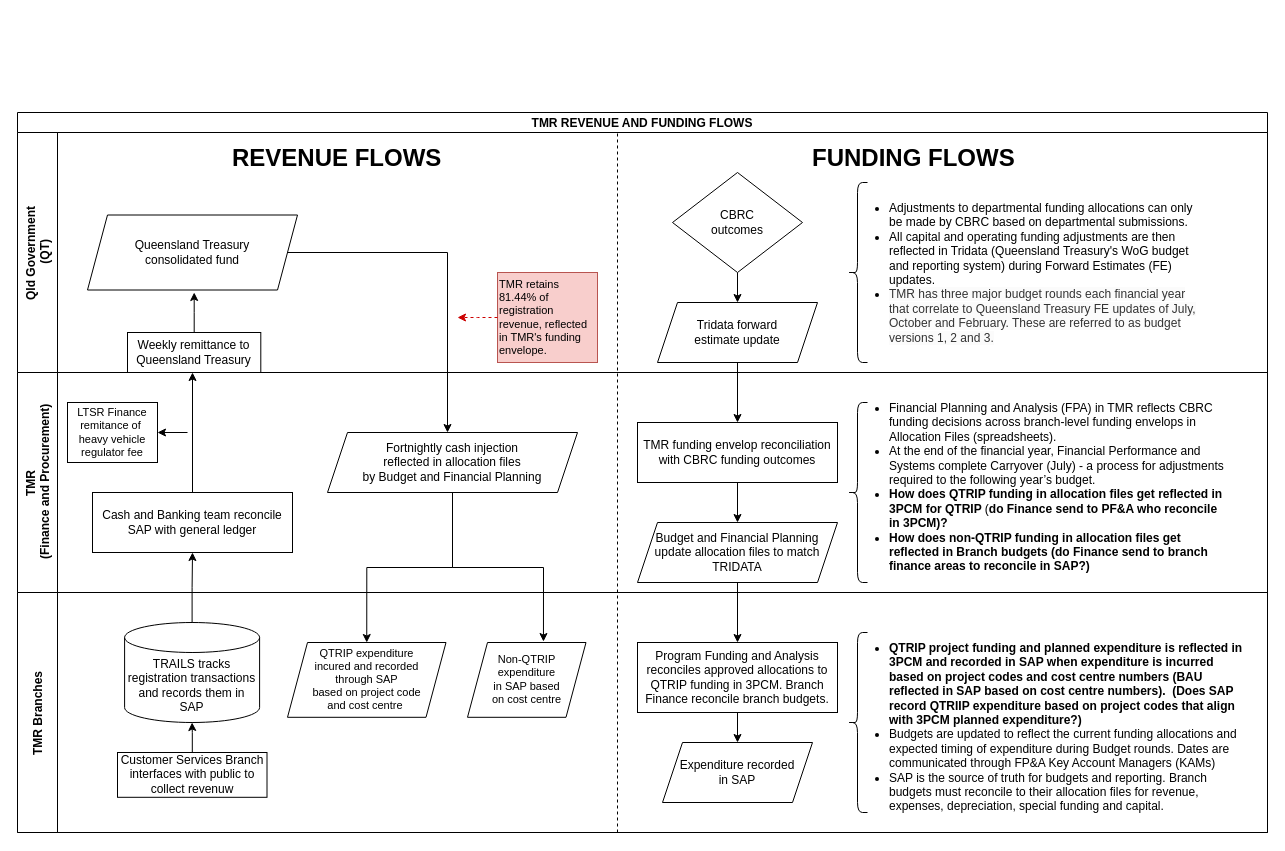
Above: page "Financial process" (2 of 5) of QTRIP and financial mapping.drawio in tzforster/great-suppository-name (draw.io), before the change. Source tidied: cells renumbered, new cells numbered last; positions are measured from the earlier drawing's top-left corner, leaving out a move shared by most shapes. Both pictures are drawn from the tidied source at 100%, with x=0, y=0 at pixel (17, 112).
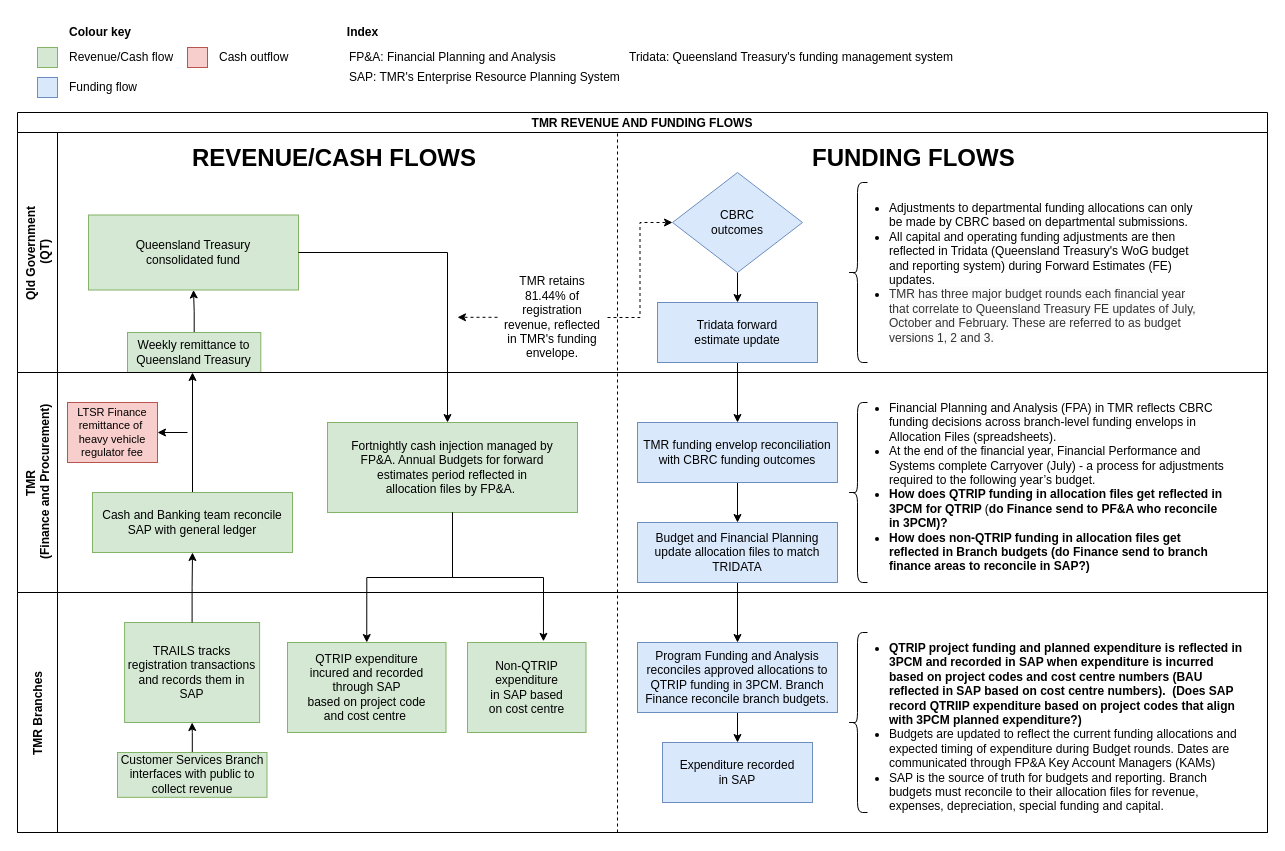
After the change.

The change refers to these unchanged cells:
```xml
<mxCell id="5" value="Qld Government&#10; (QT)" style="swimlane;startSize=40;horizontal=0;strokeWidth=1;" parent="2" vertex="1">
  <mxGeometry y="20" width="1250" height="240" as="geometry" />
</mxCell>
<mxCell id="17" value="TMR&#10; (Finance and Procurement)" style="swimlane;startSize=40;horizontal=0;strokeWidth=1;" parent="2" vertex="1">
  <mxGeometry y="260" width="1250" height="220" as="geometry" />
</mxCell>
<mxCell id="28" value="TMR Branches" style="swimlane;startSize=40;horizontal=0;strokeWidth=1;" parent="2" vertex="1">
  <mxGeometry y="480" width="1250" height="240" as="geometry" />
</mxCell>
```

What changed in the source:
```diff
@@
-    <mxCell id="6" value="Tridata forward&lt;br&gt;estimate update" style="shape=parallelogram;perimeter=parallelogramPerimeter;whiteSpace=wrap;html=1;fixedSize=1;strokeWidth=1;" parent="5" vertex="1">
+    <mxCell id="6" value="Tridata forward&lt;br&gt;estimate update" style="rounded=0;whiteSpace=wrap;html=1;fixedSize=1;strokeWidth=1;fillColor=#dae8fc;strokeColor=#6c8ebf;" parent="5" vertex="1">
       <mxGeometry x="640" y="170" width="160" height="60" as="geometry" />
     </mxCell>
@@
-    <mxCell id="9" value="CBRC&lt;br&gt;outcomes" style="rhombus;whiteSpace=wrap;html=1;strokeWidth=1;" parent="5" vertex="1">
+    <mxCell id="9" value="CBRC&lt;br&gt;outcomes" style="rhombus;whiteSpace=wrap;html=1;strokeWidth=1;fillColor=#dae8fc;strokeColor=#6c8ebf;" parent="5" vertex="1">
       <mxGeometry x="655" y="40" width="130" height="100" as="geometry" />
     </mxCell>
@@
-    <mxCell id="11" value="Queensland Treasury &lt;br&gt;consolidated fund" style="shape=parallelogram;perimeter=parallelogramPerimeter;whiteSpace=wrap;html=1;fixedSize=1;strokeWidth=1;fontFamily=Helvetica;fontSize=12;" parent="5" vertex="1">
-      <mxGeometry x="70" y="82.5" width="210" height="75" as="geometry" />
+    <mxCell id="11" value="Queensland Treasury &lt;br&gt;consolidated fund" style="rounded=0;whiteSpace=wrap;html=1;fixedSize=1;strokeWidth=1;fontFamily=Helvetica;fontSize=12;fillColor=#d5e8d4;strokeColor=#82b366;" parent="5" vertex="1">
+      <mxGeometry x="71" y="82.5" width="210" height="75" as="geometry" />
     </mxCell>
-    <mxCell id="12" value="&lt;h1&gt;REVENUE FLOWS&lt;/h1&gt;" style="text;html=1;strokeColor=none;fillColor=none;spacing=5;spacingTop=-20;whiteSpace=wrap;overflow=hidden;rounded=0;strokeWidth=1;fontFamily=Helvetica;fontSize=12;" parent="5" vertex="1">
-      <mxGeometry x="210" y="6" width="220" height="50" as="geometry" />
+    <mxCell id="12" value="&lt;h1&gt;REVENUE/CASH FLOWS&lt;/h1&gt;" style="text;html=1;strokeColor=none;fillColor=none;spacing=5;spacingTop=-20;whiteSpace=wrap;overflow=hidden;rounded=0;strokeWidth=1;fontFamily=Helvetica;fontSize=12;" parent="5" vertex="1">
+      <mxGeometry x="170" y="6" width="320" height="50" as="geometry" />
     </mxCell>
@@
+    <mxCell id="46" style="edgeStyle=orthogonalEdgeStyle;rounded=0;jettySize=auto;html=1;entryX=0.5;entryY=1;entryDx=0;entryDy=0;" parent="5" edge="1" source="14" target="11">
+      <mxGeometry relative="1" as="geometry" />
+    </mxCell>
-    <mxCell id="14" value="Weekly remittance to Queensland Treasury" style="rounded=0;whiteSpace=wrap;html=1;strokeWidth=1;" parent="5" vertex="1">
+    <mxCell id="14" value="Weekly remittance to Queensland Treasury" style="rounded=0;whiteSpace=wrap;html=1;strokeWidth=1;fillColor=#d5e8d4;strokeColor=#82b366;" parent="5" vertex="1">
       <mxGeometry x="110" y="200" width="133.3" height="40" as="geometry" />
     </mxCell>
+    <mxCell id="47" style="edgeStyle=orthogonalEdgeStyle;rounded=0;jettySize=auto;html=1;entryX=0;entryY=0.5;entryDx=0;entryDy=0;dashed=1;" parent="5" edge="1" source="15" target="9">
+      <mxGeometry relative="1" as="geometry" />
+    </mxCell>
-    <mxCell id="15" value="&lt;span style=&quot;background-color: initial;&quot;&gt;TMR retains 81.44% of registration revenue, reflected in TMR's funding envelope.&lt;/span&gt;" style="text;html=1;align=left;verticalAlign=middle;whiteSpace=wrap;rounded=0;fontSize=11;fillColor=#f8cecc;strokeColor=#b85450;" parent="5" vertex="1">
-      <mxGeometry x="480" y="140" width="100" height="90" as="geometry" />
+    <mxCell id="15" value="TMR retains 81.44% of registration revenue, reflected in TMR's funding envelope." style="text;html=1;strokeColor=none;fillColor=none;align=center;verticalAlign=middle;whiteSpace=wrap;rounded=0;" parent="5" vertex="1">
+      <mxGeometry x="480" y="170" width="110" height="30" as="geometry" />
     </mxCell>
+    <mxCell id="43" style="edgeStyle=orthogonalEdgeStyle;rounded=0;orthogonalLoop=1;jettySize=auto;html=1;fontSize=11;fontColor=#CC0000;dashed=1;" parent="5" edge="1">
+      <mxGeometry y="20" relative="1" as="geometry">
+        <mxPoint x="480" y="184.8" as="sourcePoint" />
+        <mxPoint x="440" y="184.8" as="targetPoint" />
+        <Array as="points">
+          <mxPoint x="470" y="184.8" />
+          <mxPoint x="470" y="184.8" />
+        </Array>
+      </mxGeometry>
+    </mxCell>
@@
-    <mxCell id="19" value="TMR funding envelop reconciliation with CBRC funding outcomes" style="rounded=0;whiteSpace=wrap;html=1;strokeWidth=1;" parent="17" vertex="1">
+    <mxCell id="19" value="TMR funding envelop reconciliation with CBRC funding outcomes" style="rounded=0;whiteSpace=wrap;html=1;strokeWidth=1;fillColor=#dae8fc;strokeColor=#6c8ebf;" parent="17" vertex="1">
       <mxGeometry x="620" y="50" width="200" height="60" as="geometry" />
     </mxCell>
-    <mxCell id="20" value="Budget and Financial Planning update allocation files to match TRIDATA" style="shape=parallelogram;perimeter=parallelogramPerimeter;whiteSpace=wrap;html=1;fixedSize=1;strokeWidth=1;" parent="17" vertex="1">
+    <mxCell id="20" value="Budget and Financial Planning update allocation files to match TRIDATA" style="rounded=0;whiteSpace=wrap;html=1;fixedSize=1;strokeWidth=1;fillColor=#dae8fc;strokeColor=#6c8ebf;" parent="17" vertex="1">
       <mxGeometry x="620" y="150" width="200" height="60" as="geometry" />
     </mxCell>
@@
-    <mxCell id="23" value="Fortnightly cash injection&lt;br&gt;reflected in allocation files&lt;br&gt;by Budget and Financial Planning" style="shape=parallelogram;perimeter=parallelogramPerimeter;whiteSpace=wrap;html=1;fixedSize=1;strokeWidth=1;fontFamily=Helvetica;fontSize=12;" parent="17" vertex="1">
-      <mxGeometry x="310" y="60" width="250" height="60" as="geometry" />
+    <mxCell id="23" value="Fortnightly cash injection managed by&lt;br&gt;FP&amp;amp;A. Annual Budgets for forward&lt;br&gt;estimates period reflected in&lt;br&gt;allocation files by FP&amp;amp;A.&amp;nbsp;" style="rounded=0;whiteSpace=wrap;html=1;fixedSize=1;strokeWidth=1;fontFamily=Helvetica;fontSize=12;fillColor=#d5e8d4;strokeColor=#82b366;" parent="17" vertex="1">
+      <mxGeometry x="310" y="50" width="250" height="90" as="geometry" />
     </mxCell>
@@
+    <mxCell id="48" style="edgeStyle=orthogonalEdgeStyle;rounded=0;jettySize=auto;html=1;" parent="17" edge="1" source="25">
+      <mxGeometry relative="1" as="geometry">
+        <mxPoint x="175" as="targetPoint" />
+      </mxGeometry>
+    </mxCell>
-    <mxCell id="25" value="Cash and Banking team reconcile SAP with general ledger" style="rounded=0;whiteSpace=wrap;html=1;strokeWidth=1;" parent="17" vertex="1">
+    <mxCell id="25" value="Cash and Banking team reconcile SAP with general ledger" style="rounded=0;whiteSpace=wrap;html=1;strokeWidth=1;fillColor=#d5e8d4;strokeColor=#82b366;" parent="17" vertex="1">
       <mxGeometry x="75" y="120" width="200" height="60" as="geometry" />
     </mxCell>
-    <mxCell id="26" value="LTSR Finance&lt;br&gt;remitance of&amp;nbsp; heavy vehicle regulator fee" style="rounded=0;whiteSpace=wrap;html=1;fontSize=11;" parent="17" vertex="1">
+    <mxCell id="26" value="LTSR Finance&lt;br&gt;remittance of&amp;nbsp; heavy vehicle regulator fee" style="rounded=0;whiteSpace=wrap;html=1;fontSize=11;fillColor=#f8cecc;strokeColor=#b85450;" parent="17" vertex="1">
       <mxGeometry x="50" y="30" width="90" height="60" as="geometry" />
     </mxCell>
@@
-    <mxCell id="29" value="Expenditure recorded&lt;br&gt;in SAP" style="shape=parallelogram;perimeter=parallelogramPerimeter;whiteSpace=wrap;html=1;fixedSize=1;strokeWidth=1;" parent="28" vertex="1">
+    <mxCell id="29" value="Expenditure recorded&lt;br&gt;in SAP" style="rounded=0;whiteSpace=wrap;html=1;fixedSize=1;strokeWidth=1;fillColor=#dae8fc;strokeColor=#6c8ebf;" parent="28" vertex="1">
       <mxGeometry x="645" y="150" width="150" height="60" as="geometry" />
     </mxCell>
@@
-    <mxCell id="31" value="Program Funding and Analysis reconciles approved allocations to QTRIP funding in 3PCM. Branch Finance reconcile branch budgets." style="rounded=0;whiteSpace=wrap;html=1;strokeWidth=1;" parent="28" vertex="1">
+    <mxCell id="31" value="Program Funding and Analysis reconciles approved allocations to QTRIP funding in 3PCM. Branch Finance reconcile branch budgets." style="rounded=0;whiteSpace=wrap;html=1;strokeWidth=1;fillColor=#dae8fc;strokeColor=#6c8ebf;" parent="28" vertex="1">
       <mxGeometry x="620" y="50" width="200" height="70" as="geometry" />
     </mxCell>
@@
-    <mxCell id="34" value="TRAILS tracks registration transactions and records them in SAP" style="shape=cylinder3;whiteSpace=wrap;html=1;boundedLbl=1;backgroundOutline=1;size=15;strokeWidth=1;fontFamily=Helvetica;fontSize=12;" parent="28" vertex="1">
+    <mxCell id="34" value="TRAILS tracks registration transactions and records them in SAP" style="rounded=0;whiteSpace=wrap;html=1;boundedLbl=1;backgroundOutline=1;size=15;strokeWidth=1;fontFamily=Helvetica;fontSize=12;fillColor=#d5e8d4;strokeColor=#82b366;" parent="28" vertex="1">
       <mxGeometry x="107.1" y="30" width="135" height="100" as="geometry" />
     </mxCell>
@@
-    <mxCell id="36" value="Customer Services Branch interfaces with public to collect revenuw" style="rounded=0;whiteSpace=wrap;html=1;strokeWidth=1;" parent="28" vertex="1">
+    <mxCell id="36" value="Customer Services Branch interfaces with public to collect revenue" style="rounded=0;whiteSpace=wrap;html=1;strokeWidth=1;fillColor=#d5e8d4;strokeColor=#82b366;" parent="28" vertex="1">
       <mxGeometry x="100" y="160" width="149.5" height="44.8" as="geometry" />
     </mxCell>
-    <mxCell id="37" value="QTRIP expenditure&lt;br style=&quot;font-size: 11px;&quot;&gt;incured and recorded&lt;br&gt;through SAP&lt;br&gt;based on project code&lt;br&gt;and cost centre&amp;nbsp;" style="shape=parallelogram;perimeter=parallelogramPerimeter;whiteSpace=wrap;html=1;fixedSize=1;strokeWidth=1;fontFamily=Helvetica;fontSize=11;" parent="28" vertex="1">
-      <mxGeometry x="270" y="50" width="158.5" height="74.8" as="geometry" />
+    <mxCell id="37" value="QTRIP expenditure&lt;br style=&quot;font-size: 12px;&quot;&gt;incured and recorded&lt;br style=&quot;font-size: 12px;&quot;&gt;through SAP&lt;br style=&quot;font-size: 12px;&quot;&gt;based on project code&lt;br style=&quot;font-size: 12px;&quot;&gt;and cost centre&amp;nbsp;" style="rounded=0;whiteSpace=wrap;html=1;fixedSize=1;strokeWidth=1;fontFamily=Helvetica;fontSize=12;fillColor=#d5e8d4;strokeColor=#82b366;" parent="28" vertex="1">
+      <mxGeometry x="270" y="50" width="158.5" height="90" as="geometry" />
     </mxCell>
-    <mxCell id="38" value="Non-QTRIP expenditure&lt;br&gt;in SAP based&lt;br&gt;on cost centre" style="shape=parallelogram;perimeter=parallelogramPerimeter;whiteSpace=wrap;html=1;fixedSize=1;strokeWidth=1;fontFamily=Helvetica;fontSize=11;" parent="28" vertex="1">
-      <mxGeometry x="450" y="50" width="118.5" height="74.8" as="geometry" />
+    <mxCell id="38" value="Non-QTRIP expenditure&lt;br style=&quot;font-size: 12px;&quot;&gt;in SAP based&lt;br style=&quot;font-size: 12px;&quot;&gt;on cost centre" style="rounded=0;whiteSpace=wrap;html=1;fixedSize=1;strokeWidth=1;fontFamily=Helvetica;fontSize=12;fillColor=#d5e8d4;strokeColor=#82b366;" parent="28" vertex="1">
+      <mxGeometry x="450" y="50" width="118.5" height="90" as="geometry" />
     </mxCell>
@@
-    <mxCell id="43" style="edgeStyle=orthogonalEdgeStyle;rounded=0;jettySize=auto;html=1;strokeColor=#CC0000;fontSize=11;fontColor=#CC0000;dashed=1;" parent="1" edge="1" source="15">
-      <mxGeometry relative="1" as="geometry">
-        <mxPoint x="440" y="205" as="targetPoint" />
-      </mxGeometry>
-    </mxCell>
-    <mxCell id="44" style="edgeStyle=orthogonalEdgeStyle;rounded=0;jettySize=auto;html=1;strokeColor=#000000;fontSize=11;fontColor=#000000;" parent="1" edge="1" source="25">
-      <mxGeometry relative="1" as="geometry">
-        <mxPoint x="175" y="260" as="targetPoint" />
-      </mxGeometry>
-    </mxCell>
-    <mxCell id="45" style="edgeStyle=orthogonalEdgeStyle;rounded=0;jettySize=auto;html=1;strokeColor=#000000;fontSize=11;fontColor=#000000;" parent="1" edge="1" source="14">
-      <mxGeometry relative="1" as="geometry">
-        <mxPoint x="176.7" y="180" as="targetPoint" />
-      </mxGeometry>
-    </mxCell>
+    <mxCell id="49" style="rounded=0;whiteSpace=wrap;html=1;fillColor=#d5e8d4;strokeColor=#82b366;" parent="1" vertex="1">
+      <mxGeometry x="20" y="-65" width="20" height="20" as="geometry" />
+    </mxCell>
+    <mxCell id="50" value="Revenue/Cash flow" style="text;html=1;align=left;verticalAlign=middle;strokeColor=none;fillColor=none;" parent="1" vertex="1">
+      <mxGeometry x="50" y="-70" width="130" height="30" as="geometry" />
+    </mxCell>
+    <mxCell id="51" style="rounded=0;whiteSpace=wrap;html=1;fillColor=#dae8fc;strokeColor=#6c8ebf;" parent="1" vertex="1">
+      <mxGeometry x="20" y="-35" width="20" height="20" as="geometry" />
+    </mxCell>
+    <mxCell id="52" value="Funding flow" style="text;html=1;align=left;verticalAlign=middle;strokeColor=none;fillColor=none;" parent="1" vertex="1">
+      <mxGeometry x="50" y="-40" width="90" height="30" as="geometry" />
+    </mxCell>
+    <mxCell id="53" style="rounded=0;whiteSpace=wrap;html=1;fillColor=#f8cecc;strokeColor=#b85450;" parent="1" vertex="1">
+      <mxGeometry x="170" y="-65" width="20" height="20" as="geometry" />
+    </mxCell>
+    <mxCell id="54" value="Cash outflow" style="text;html=1;align=left;verticalAlign=middle;strokeColor=none;fillColor=none;" parent="1" vertex="1">
+      <mxGeometry x="200" y="-70" width="90" height="30" as="geometry" />
+    </mxCell>
+    <mxCell id="55" value="Colour key" style="text;html=1;align=left;verticalAlign=middle;strokeColor=none;fillColor=none;fontSize=12;fontStyle=1;" parent="1" vertex="1">
+      <mxGeometry x="50" y="-95" width="90" height="30" as="geometry" />
+    </mxCell>
+    <mxCell id="56" value="Index" style="text;html=1;align=center;verticalAlign=middle;strokeColor=none;fillColor=none;fontSize=12;fontStyle=1;" parent="1" vertex="1">
+      <mxGeometry x="320" y="-95" width="50" height="30" as="geometry" />
+    </mxCell>
+    <mxCell id="57" value="FP&amp;amp;A: Financial Planning and Analysis" style="text;html=1;align=left;verticalAlign=middle;strokeColor=none;fillColor=none;" parent="1" vertex="1">
+      <mxGeometry x="330" y="-70" width="230" height="30" as="geometry" />
+    </mxCell>
+    <mxCell id="58" value="SAP: TMR's Enterprise Resource Planning System" style="text;html=1;align=left;verticalAlign=middle;strokeColor=none;fillColor=none;" parent="1" vertex="1">
+      <mxGeometry x="330" y="-50" width="290" height="30" as="geometry" />
+    </mxCell>
+    <mxCell id="59" value="Tridata: Queensland Treasury's funding management system" style="text;html=1;align=left;verticalAlign=middle;strokeColor=none;fillColor=none;" parent="1" vertex="1">
+      <mxGeometry x="610" y="-70" width="350" height="30" as="geometry" />
+    </mxCell>
```
